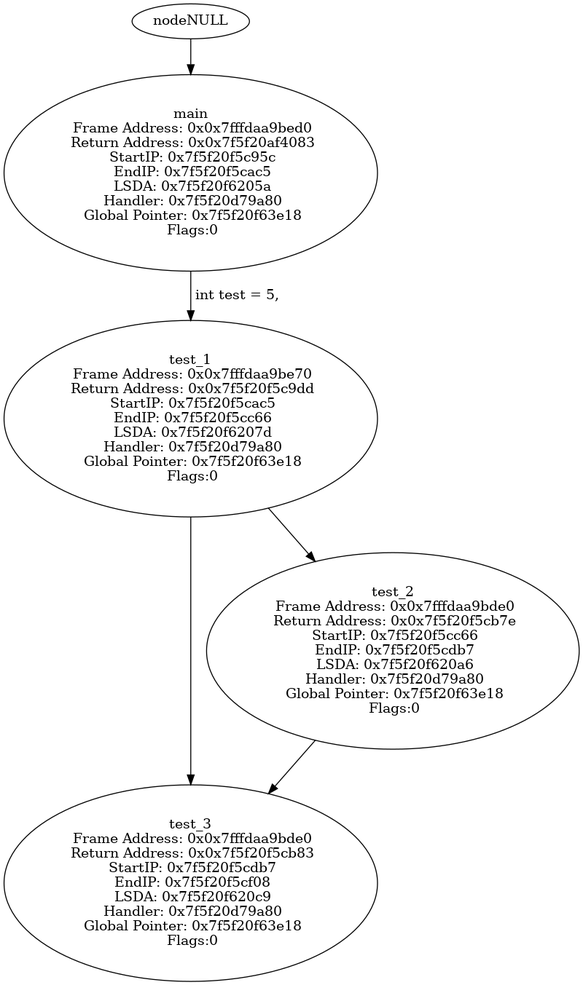
Earlier version of the Graphviz export tree.png (SameerDalal/backtrace). Its source is kept beside it as tree.dot.
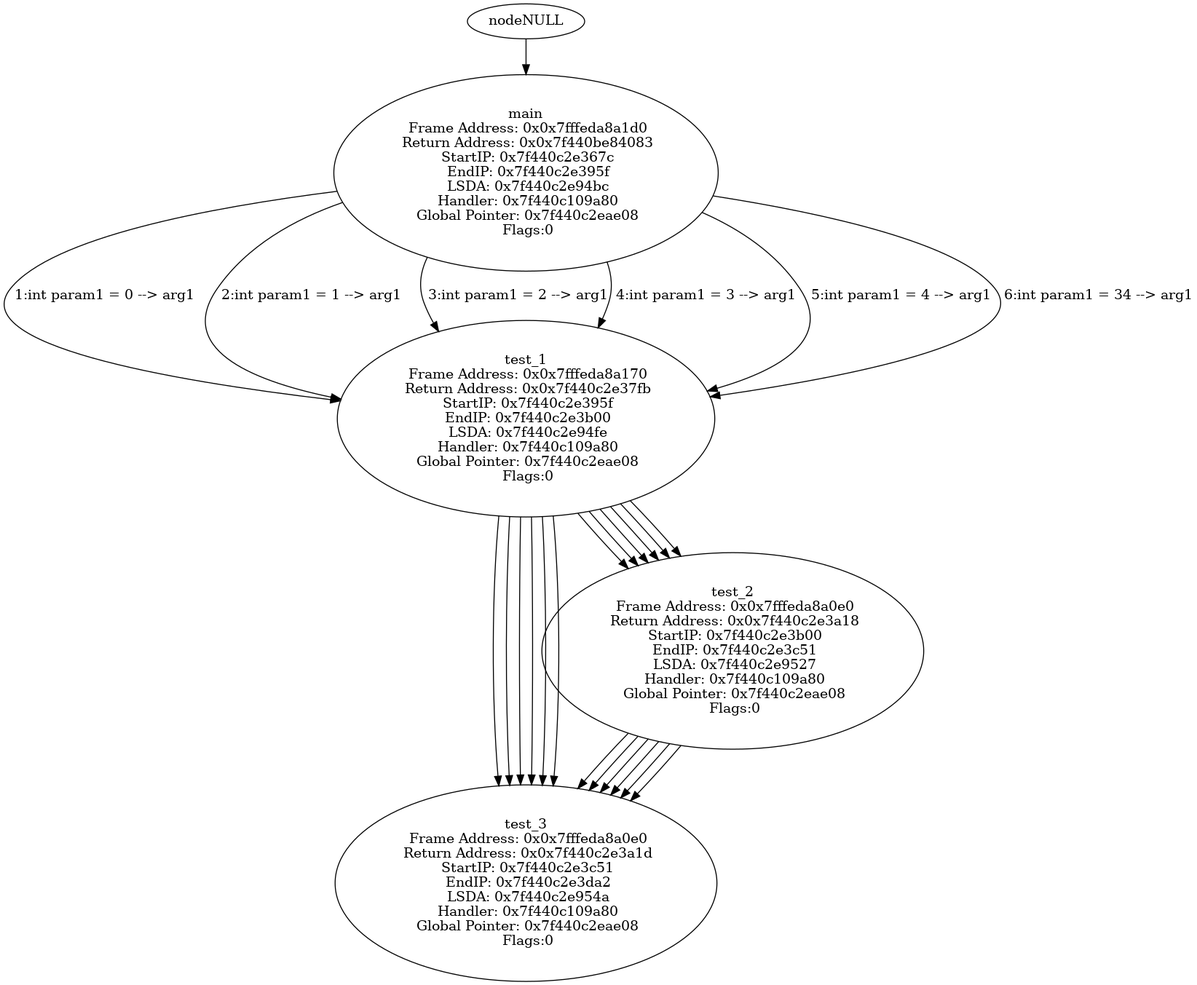
After the change.

Diff of the diagram source:
```diff
@@ -1,12 +1,52 @@
 digraph ContextTree {
-nodetest_3 [label="test_3\n Frame Address: 0x0x7fffdaa9bd80\n Return Address: 0x0x7f5f20f5cce2\n StartIP: 0x7f5f20f5cdb7\n EndIP: 0x7f5f20f5cf08\n LSDA: 0x7f5f20f620c9\n Handler: 0x7f5f20d79a80\n Global Pointer: 0x7f5f20f63e18\n Flags:0"];
+nodetest_3 [label="test_3\n Frame Address: 0x0x7fffeda8a080\n Return Address: 0x0x7f440c2e3b7c\n StartIP: 0x7f440c2e3c51\n EndIP: 0x7f440c2e3da2\n LSDA: 0x7f440c2e954a\n Handler: 0x7f440c109a80\n Global Pointer: 0x7f440c2eae08\n Flags:0"];
 nodetest_2 -> nodetest_3
-nodetest_2 [label="test_2\n Frame Address: 0x0x7fffdaa9bde0\n Return Address: 0x0x7f5f20f5cb7e\n StartIP: 0x7f5f20f5cc66\n EndIP: 0x7f5f20f5cdb7\n LSDA: 0x7f5f20f620a6\n Handler: 0x7f5f20d79a80\n Global Pointer: 0x7f5f20f63e18\n Flags:0"];
+nodetest_2 [label="test_2\n Frame Address: 0x0x7fffeda8a0e0\n Return Address: 0x0x7f440c2e3a18\n StartIP: 0x7f440c2e3b00\n EndIP: 0x7f440c2e3c51\n LSDA: 0x7f440c2e9527\n Handler: 0x7f440c109a80\n Global Pointer: 0x7f440c2eae08\n Flags:0"];
 nodetest_1 -> nodetest_2
-nodetest_3 [label="test_3\n Frame Address: 0x0x7fffdaa9bde0\n Return Address: 0x0x7f5f20f5cb83\n StartIP: 0x7f5f20f5cdb7\n EndIP: 0x7f5f20f5cf08\n LSDA: 0x7f5f20f620c9\n Handler: 0x7f5f20d79a80\n Global Pointer: 0x7f5f20f63e18\n Flags:0"];
+nodetest_3 [label="test_3\n Frame Address: 0x0x7fffeda8a0e0\n Return Address: 0x0x7f440c2e3a1d\n StartIP: 0x7f440c2e3c51\n EndIP: 0x7f440c2e3da2\n LSDA: 0x7f440c2e954a\n Handler: 0x7f440c109a80\n Global Pointer: 0x7f440c2eae08\n Flags:0"];
 nodetest_1 -> nodetest_3
-nodetest_1 [label="test_1\n Frame Address: 0x0x7fffdaa9be70\n Return Address: 0x0x7f5f20f5c9dd\n StartIP: 0x7f5f20f5cac5\n EndIP: 0x7f5f20f5cc66\n LSDA: 0x7f5f20f6207d\n Handler: 0x7f5f20d79a80\n Global Pointer: 0x7f5f20f63e18\n Flags:0"];
-nodemain -> nodetest_1 [label=" int test = 5, "];
-nodemain [label="main\n Frame Address: 0x0x7fffdaa9bed0\n Return Address: 0x0x7f5f20af4083\n StartIP: 0x7f5f20f5c95c\n EndIP: 0x7f5f20f5cac5\n LSDA: 0x7f5f20f6205a\n Handler: 0x7f5f20d79a80\n Global Pointer: 0x7f5f20f63e18\n Flags:0"];
+nodetest_1 [label="test_1\n Frame Address: 0x0x7fffeda8a170\n Return Address: 0x0x7f440c2e3777\n StartIP: 0x7f440c2e395f\n EndIP: 0x7f440c2e3b00\n LSDA: 0x7f440c2e94fe\n Handler: 0x7f440c109a80\n Global Pointer: 0x7f440c2eae08\n Flags:0"];
+nodemain -> nodetest_1 [label=" 1:int param1 = 0 --> arg1"];
+nodetest_3 [label="test_3\n Frame Address: 0x0x7fffeda8a080\n Return Address: 0x0x7f440c2e3b7c\n StartIP: 0x7f440c2e3c51\n EndIP: 0x7f440c2e3da2\n LSDA: 0x7f440c2e954a\n Handler: 0x7f440c109a80\n Global Pointer: 0x7f440c2eae08\n Flags:0"];
+nodetest_2 -> nodetest_3
+nodetest_2 [label="test_2\n Frame Address: 0x0x7fffeda8a0e0\n Return Address: 0x0x7f440c2e3a18\n StartIP: 0x7f440c2e3b00\n EndIP: 0x7f440c2e3c51\n LSDA: 0x7f440c2e9527\n Handler: 0x7f440c109a80\n Global Pointer: 0x7f440c2eae08\n Flags:0"];
+nodetest_1 -> nodetest_2
+nodetest_3 [label="test_3\n Frame Address: 0x0x7fffeda8a0e0\n Return Address: 0x0x7f440c2e3a1d\n StartIP: 0x7f440c2e3c51\n EndIP: 0x7f440c2e3da2\n LSDA: 0x7f440c2e954a\n Handler: 0x7f440c109a80\n Global Pointer: 0x7f440c2eae08\n Flags:0"];
+nodetest_1 -> nodetest_3
+nodetest_1 [label="test_1\n Frame Address: 0x0x7fffeda8a170\n Return Address: 0x0x7f440c2e3777\n StartIP: 0x7f440c2e395f\n EndIP: 0x7f440c2e3b00\n LSDA: 0x7f440c2e94fe\n Handler: 0x7f440c109a80\n Global Pointer: 0x7f440c2eae08\n Flags:0"];
+nodemain -> nodetest_1 [label=" 2:int param1 = 1 --> arg1"];
+nodetest_3 [label="test_3\n Frame Address: 0x0x7fffeda8a080\n Return Address: 0x0x7f440c2e3b7c\n StartIP: 0x7f440c2e3c51\n EndIP: 0x7f440c2e3da2\n LSDA: 0x7f440c2e954a\n Handler: 0x7f440c109a80\n Global Pointer: 0x7f440c2eae08\n Flags:0"];
+nodetest_2 -> nodetest_3
+nodetest_2 [label="test_2\n Frame Address: 0x0x7fffeda8a0e0\n Return Address: 0x0x7f440c2e3a18\n StartIP: 0x7f440c2e3b00\n EndIP: 0x7f440c2e3c51\n LSDA: 0x7f440c2e9527\n Handler: 0x7f440c109a80\n Global Pointer: 0x7f440c2eae08\n Flags:0"];
+nodetest_1 -> nodetest_2
+nodetest_3 [label="test_3\n Frame Address: 0x0x7fffeda8a0e0\n Return Address: 0x0x7f440c2e3a1d\n StartIP: 0x7f440c2e3c51\n EndIP: 0x7f440c2e3da2\n LSDA: 0x7f440c2e954a\n Handler: 0x7f440c109a80\n Global Pointer: 0x7f440c2eae08\n Flags:0"];
+nodetest_1 -> nodetest_3
+nodetest_1 [label="test_1\n Frame Address: 0x0x7fffeda8a170\n Return Address: 0x0x7f440c2e3777\n StartIP: 0x7f440c2e395f\n EndIP: 0x7f440c2e3b00\n LSDA: 0x7f440c2e94fe\n Handler: 0x7f440c109a80\n Global Pointer: 0x7f440c2eae08\n Flags:0"];
+nodemain -> nodetest_1 [label=" 3:int param1 = 2 --> arg1"];
+nodetest_3 [label="test_3\n Frame Address: 0x0x7fffeda8a080\n Return Address: 0x0x7f440c2e3b7c\n StartIP: 0x7f440c2e3c51\n EndIP: 0x7f440c2e3da2\n LSDA: 0x7f440c2e954a\n Handler: 0x7f440c109a80\n Global Pointer: 0x7f440c2eae08\n Flags:0"];
+nodetest_2 -> nodetest_3
+nodetest_2 [label="test_2\n Frame Address: 0x0x7fffeda8a0e0\n Return Address: 0x0x7f440c2e3a18\n StartIP: 0x7f440c2e3b00\n EndIP: 0x7f440c2e3c51\n LSDA: 0x7f440c2e9527\n Handler: 0x7f440c109a80\n Global Pointer: 0x7f440c2eae08\n Flags:0"];
+nodetest_1 -> nodetest_2
+nodetest_3 [label="test_3\n Frame Address: 0x0x7fffeda8a0e0\n Return Address: 0x0x7f440c2e3a1d\n StartIP: 0x7f440c2e3c51\n EndIP: 0x7f440c2e3da2\n LSDA: 0x7f440c2e954a\n Handler: 0x7f440c109a80\n Global Pointer: 0x7f440c2eae08\n Flags:0"];
+nodetest_1 -> nodetest_3
+nodetest_1 [label="test_1\n Frame Address: 0x0x7fffeda8a170\n Return Address: 0x0x7f440c2e3777\n StartIP: 0x7f440c2e395f\n EndIP: 0x7f440c2e3b00\n LSDA: 0x7f440c2e94fe\n Handler: 0x7f440c109a80\n Global Pointer: 0x7f440c2eae08\n Flags:0"];
+nodemain -> nodetest_1 [label=" 4:int param1 = 3 --> arg1"];
+nodetest_3 [label="test_3\n Frame Address: 0x0x7fffeda8a080\n Return Address: 0x0x7f440c2e3b7c\n StartIP: 0x7f440c2e3c51\n EndIP: 0x7f440c2e3da2\n LSDA: 0x7f440c2e954a\n Handler: 0x7f440c109a80\n Global Pointer: 0x7f440c2eae08\n Flags:0"];
+nodetest_2 -> nodetest_3
+nodetest_2 [label="test_2\n Frame Address: 0x0x7fffeda8a0e0\n Return Address: 0x0x7f440c2e3a18\n StartIP: 0x7f440c2e3b00\n EndIP: 0x7f440c2e3c51\n LSDA: 0x7f440c2e9527\n Handler: 0x7f440c109a80\n Global Pointer: 0x7f440c2eae08\n Flags:0"];
+nodetest_1 -> nodetest_2
+nodetest_3 [label="test_3\n Frame Address: 0x0x7fffeda8a0e0\n Return Address: 0x0x7f440c2e3a1d\n StartIP: 0x7f440c2e3c51\n EndIP: 0x7f440c2e3da2\n LSDA: 0x7f440c2e954a\n Handler: 0x7f440c109a80\n Global Pointer: 0x7f440c2eae08\n Flags:0"];
+nodetest_1 -> nodetest_3
+nodetest_1 [label="test_1\n Frame Address: 0x0x7fffeda8a170\n Return Address: 0x0x7f440c2e3777\n StartIP: 0x7f440c2e395f\n EndIP: 0x7f440c2e3b00\n LSDA: 0x7f440c2e94fe\n Handler: 0x7f440c109a80\n Global Pointer: 0x7f440c2eae08\n Flags:0"];
+nodemain -> nodetest_1 [label=" 5:int param1 = 4 --> arg1"];
+nodetest_3 [label="test_3\n Frame Address: 0x0x7fffeda8a080\n Return Address: 0x0x7f440c2e3b7c\n StartIP: 0x7f440c2e3c51\n EndIP: 0x7f440c2e3da2\n LSDA: 0x7f440c2e954a\n Handler: 0x7f440c109a80\n Global Pointer: 0x7f440c2eae08\n Flags:0"];
+nodetest_2 -> nodetest_3
+nodetest_2 [label="test_2\n Frame Address: 0x0x7fffeda8a0e0\n Return Address: 0x0x7f440c2e3a18\n StartIP: 0x7f440c2e3b00\n EndIP: 0x7f440c2e3c51\n LSDA: 0x7f440c2e9527\n Handler: 0x7f440c109a80\n Global Pointer: 0x7f440c2eae08\n Flags:0"];
+nodetest_1 -> nodetest_2
+nodetest_3 [label="test_3\n Frame Address: 0x0x7fffeda8a0e0\n Return Address: 0x0x7f440c2e3a1d\n StartIP: 0x7f440c2e3c51\n EndIP: 0x7f440c2e3da2\n LSDA: 0x7f440c2e954a\n Handler: 0x7f440c109a80\n Global Pointer: 0x7f440c2eae08\n Flags:0"];
+nodetest_1 -> nodetest_3
+nodetest_1 [label="test_1\n Frame Address: 0x0x7fffeda8a170\n Return Address: 0x0x7f440c2e37fb\n StartIP: 0x7f440c2e395f\n EndIP: 0x7f440c2e3b00\n LSDA: 0x7f440c2e94fe\n Handler: 0x7f440c109a80\n Global Pointer: 0x7f440c2eae08\n Flags:0"];
+nodemain -> nodetest_1 [label=" 6:int param1 = 34 --> arg1"];
+nodemain [label="main\n Frame Address: 0x0x7fffeda8a1d0\n Return Address: 0x0x7f440be84083\n StartIP: 0x7f440c2e367c\n EndIP: 0x7f440c2e395f\n LSDA: 0x7f440c2e94bc\n Handler: 0x7f440c109a80\n Global Pointer: 0x7f440c2eae08\n Flags:0"];
 nodeNULL -> nodemain
 }
```
